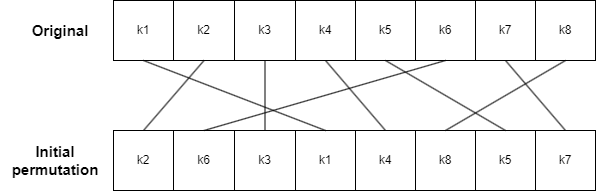
Before: public/img/simpleDesPage/IP.png, a diagram exported from draw.io (hejzlzd1/EducrypterUHK). Source tidied: cells renumbered, new cells last; positions are measured from the earlier drawing's top-left corner, leaving out a move shared by most shapes.
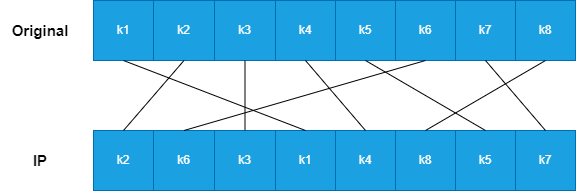
The same file after the commit.

Change to the diagram source:
```diff
@@ -5,59 +5,59 @@
     <mxCell id="2" style="swimlane;startSize=0;" parent="1" vertex="1">
       <mxGeometry x="113" width="481" height="60" as="geometry" />
     </mxCell>
-    <mxCell id="3" value="k1" style="rounded=0;whiteSpace=wrap;html=1;" parent="2" vertex="1">
+    <mxCell id="3" value="k1" style="rounded=0;whiteSpace=wrap;html=1;fillColor=#1ba1e2;strokeColor=#006EAF;fontColor=#ffffff;" parent="2" vertex="1">
       <mxGeometry width="60" height="60" as="geometry" />
     </mxCell>
-    <mxCell id="4" value="k2" style="rounded=0;whiteSpace=wrap;html=1;" parent="2" vertex="1">
+    <mxCell id="4" value="k2" style="rounded=0;whiteSpace=wrap;html=1;fillColor=#1ba1e2;strokeColor=#006EAF;fontColor=#ffffff;" parent="2" vertex="1">
       <mxGeometry x="60" width="61" height="60" as="geometry" />
     </mxCell>
-    <mxCell id="5" value="k3" style="rounded=0;whiteSpace=wrap;html=1;" parent="2" vertex="1">
+    <mxCell id="5" value="k3" style="rounded=0;whiteSpace=wrap;html=1;fillColor=#1ba1e2;strokeColor=#006EAF;fontColor=#ffffff;" parent="2" vertex="1">
       <mxGeometry x="121" width="61" height="60" as="geometry" />
     </mxCell>
-    <mxCell id="6" value="k4" style="rounded=0;whiteSpace=wrap;html=1;" parent="2" vertex="1">
+    <mxCell id="6" value="k4" style="rounded=0;whiteSpace=wrap;html=1;fillColor=#1ba1e2;strokeColor=#006EAF;fontColor=#ffffff;" parent="2" vertex="1">
       <mxGeometry x="182" width="60" height="60" as="geometry" />
     </mxCell>
-    <mxCell id="7" value="k5" style="rounded=0;whiteSpace=wrap;html=1;" parent="2" vertex="1">
+    <mxCell id="7" value="k5" style="rounded=0;whiteSpace=wrap;html=1;fillColor=#1ba1e2;strokeColor=#006EAF;fontColor=#ffffff;" parent="2" vertex="1">
       <mxGeometry x="242" width="60" height="60" as="geometry" />
     </mxCell>
-    <mxCell id="8" value="k6" style="rounded=0;whiteSpace=wrap;html=1;" parent="2" vertex="1">
+    <mxCell id="8" value="k6" style="rounded=0;whiteSpace=wrap;html=1;fillColor=#1ba1e2;strokeColor=#006EAF;fontColor=#ffffff;" parent="2" vertex="1">
       <mxGeometry x="302" width="60" height="60" as="geometry" />
     </mxCell>
-    <mxCell id="9" value="k7" style="rounded=0;whiteSpace=wrap;html=1;" parent="2" vertex="1">
+    <mxCell id="9" value="k7" style="rounded=0;whiteSpace=wrap;html=1;fillColor=#1ba1e2;strokeColor=#006EAF;fontColor=#ffffff;" parent="2" vertex="1">
       <mxGeometry x="362" width="60" height="60" as="geometry" />
     </mxCell>
-    <mxCell id="10" value="k8" style="rounded=0;whiteSpace=wrap;html=1;" parent="2" vertex="1">
+    <mxCell id="10" value="k8" style="rounded=0;whiteSpace=wrap;html=1;fillColor=#1ba1e2;strokeColor=#006EAF;fontColor=#ffffff;" parent="2" vertex="1">
       <mxGeometry x="422" width="60" height="60" as="geometry" />
     </mxCell>
     <mxCell id="11" style="swimlane;startSize=0;" parent="1" vertex="1">
       <mxGeometry x="113" y="130" width="481" height="60" as="geometry" />
     </mxCell>
-    <mxCell id="12" value="k2" style="rounded=0;whiteSpace=wrap;html=1;" parent="11" vertex="1">
+    <mxCell id="12" value="k2" style="rounded=0;whiteSpace=wrap;html=1;fillColor=#1ba1e2;strokeColor=#006EAF;fontColor=#ffffff;" parent="11" vertex="1">
       <mxGeometry width="60" height="60" as="geometry" />
     </mxCell>
-    <mxCell id="13" value="k6" style="rounded=0;whiteSpace=wrap;html=1;" parent="11" vertex="1">
+    <mxCell id="13" value="k6" style="rounded=0;whiteSpace=wrap;html=1;fillColor=#1ba1e2;strokeColor=#006EAF;fontColor=#ffffff;" parent="11" vertex="1">
       <mxGeometry x="60" width="61" height="60" as="geometry" />
     </mxCell>
-    <mxCell id="14" value="k3" style="rounded=0;whiteSpace=wrap;html=1;" parent="11" vertex="1">
+    <mxCell id="14" value="k3" style="rounded=0;whiteSpace=wrap;html=1;fillColor=#1ba1e2;strokeColor=#006EAF;fontColor=#ffffff;" parent="11" vertex="1">
       <mxGeometry x="121" width="61" height="60" as="geometry" />
     </mxCell>
-    <mxCell id="15" value="k1" style="rounded=0;whiteSpace=wrap;html=1;" parent="11" vertex="1">
+    <mxCell id="15" value="k1" style="rounded=0;whiteSpace=wrap;html=1;fillColor=#1ba1e2;strokeColor=#006EAF;fontColor=#ffffff;" parent="11" vertex="1">
       <mxGeometry x="182" width="60" height="60" as="geometry" />
     </mxCell>
-    <mxCell id="16" value="k4" style="rounded=0;whiteSpace=wrap;html=1;" parent="11" vertex="1">
+    <mxCell id="16" value="k4" style="rounded=0;whiteSpace=wrap;html=1;fillColor=#1ba1e2;strokeColor=#006EAF;fontColor=#ffffff;" parent="11" vertex="1">
       <mxGeometry x="242" width="60" height="60" as="geometry" />
     </mxCell>
-    <mxCell id="17" value="k8" style="rounded=0;whiteSpace=wrap;html=1;" parent="11" vertex="1">
+    <mxCell id="17" value="k8" style="rounded=0;whiteSpace=wrap;html=1;fillColor=#1ba1e2;strokeColor=#006EAF;fontColor=#ffffff;" parent="11" vertex="1">
       <mxGeometry x="302" width="60" height="60" as="geometry" />
     </mxCell>
-    <mxCell id="18" value="k5" style="rounded=0;whiteSpace=wrap;html=1;" parent="11" vertex="1">
+    <mxCell id="18" value="k5" style="rounded=0;whiteSpace=wrap;html=1;fillColor=#1ba1e2;strokeColor=#006EAF;fontColor=#ffffff;" parent="11" vertex="1">
       <mxGeometry x="362" width="60" height="60" as="geometry" />
     </mxCell>
-    <mxCell id="19" value="k7" style="rounded=0;whiteSpace=wrap;html=1;" parent="11" vertex="1">
+    <mxCell id="19" value="k7" style="rounded=0;whiteSpace=wrap;html=1;fillColor=#1ba1e2;strokeColor=#006EAF;fontColor=#ffffff;" parent="11" vertex="1">
       <mxGeometry x="422" width="60" height="60" as="geometry" />
     </mxCell>
-    <mxCell id="20" value="&lt;font style=&quot;font-size: 15px;&quot;&gt;&lt;b&gt;Initial permutation&lt;/b&gt;&lt;/font&gt;" style="text;html=1;strokeColor=none;fillColor=none;align=center;verticalAlign=middle;whiteSpace=wrap;rounded=0;" parent="1" vertex="1">
-      <mxGeometry y="145" width="110" height="30" as="geometry" />
+    <mxCell id="20" value="&lt;font style=&quot;font-size: 15px;&quot;&gt;&lt;b&gt;IP&lt;/b&gt;&lt;/font&gt;" style="text;html=1;strokeColor=none;fillColor=none;align=center;verticalAlign=middle;whiteSpace=wrap;rounded=0;" parent="1" vertex="1">
+      <mxGeometry x="20" y="145" width="80" height="30" as="geometry" />
     </mxCell>
     <mxCell id="21" value="&lt;font style=&quot;font-size: 15px;&quot;&gt;&lt;b&gt;Original&lt;/b&gt;&lt;/font&gt;" style="text;html=1;strokeColor=none;fillColor=none;align=center;verticalAlign=middle;whiteSpace=wrap;rounded=0;" parent="1" vertex="1">
       <mxGeometry x="30" y="15" width="60" height="30" as="geometry" />
```
